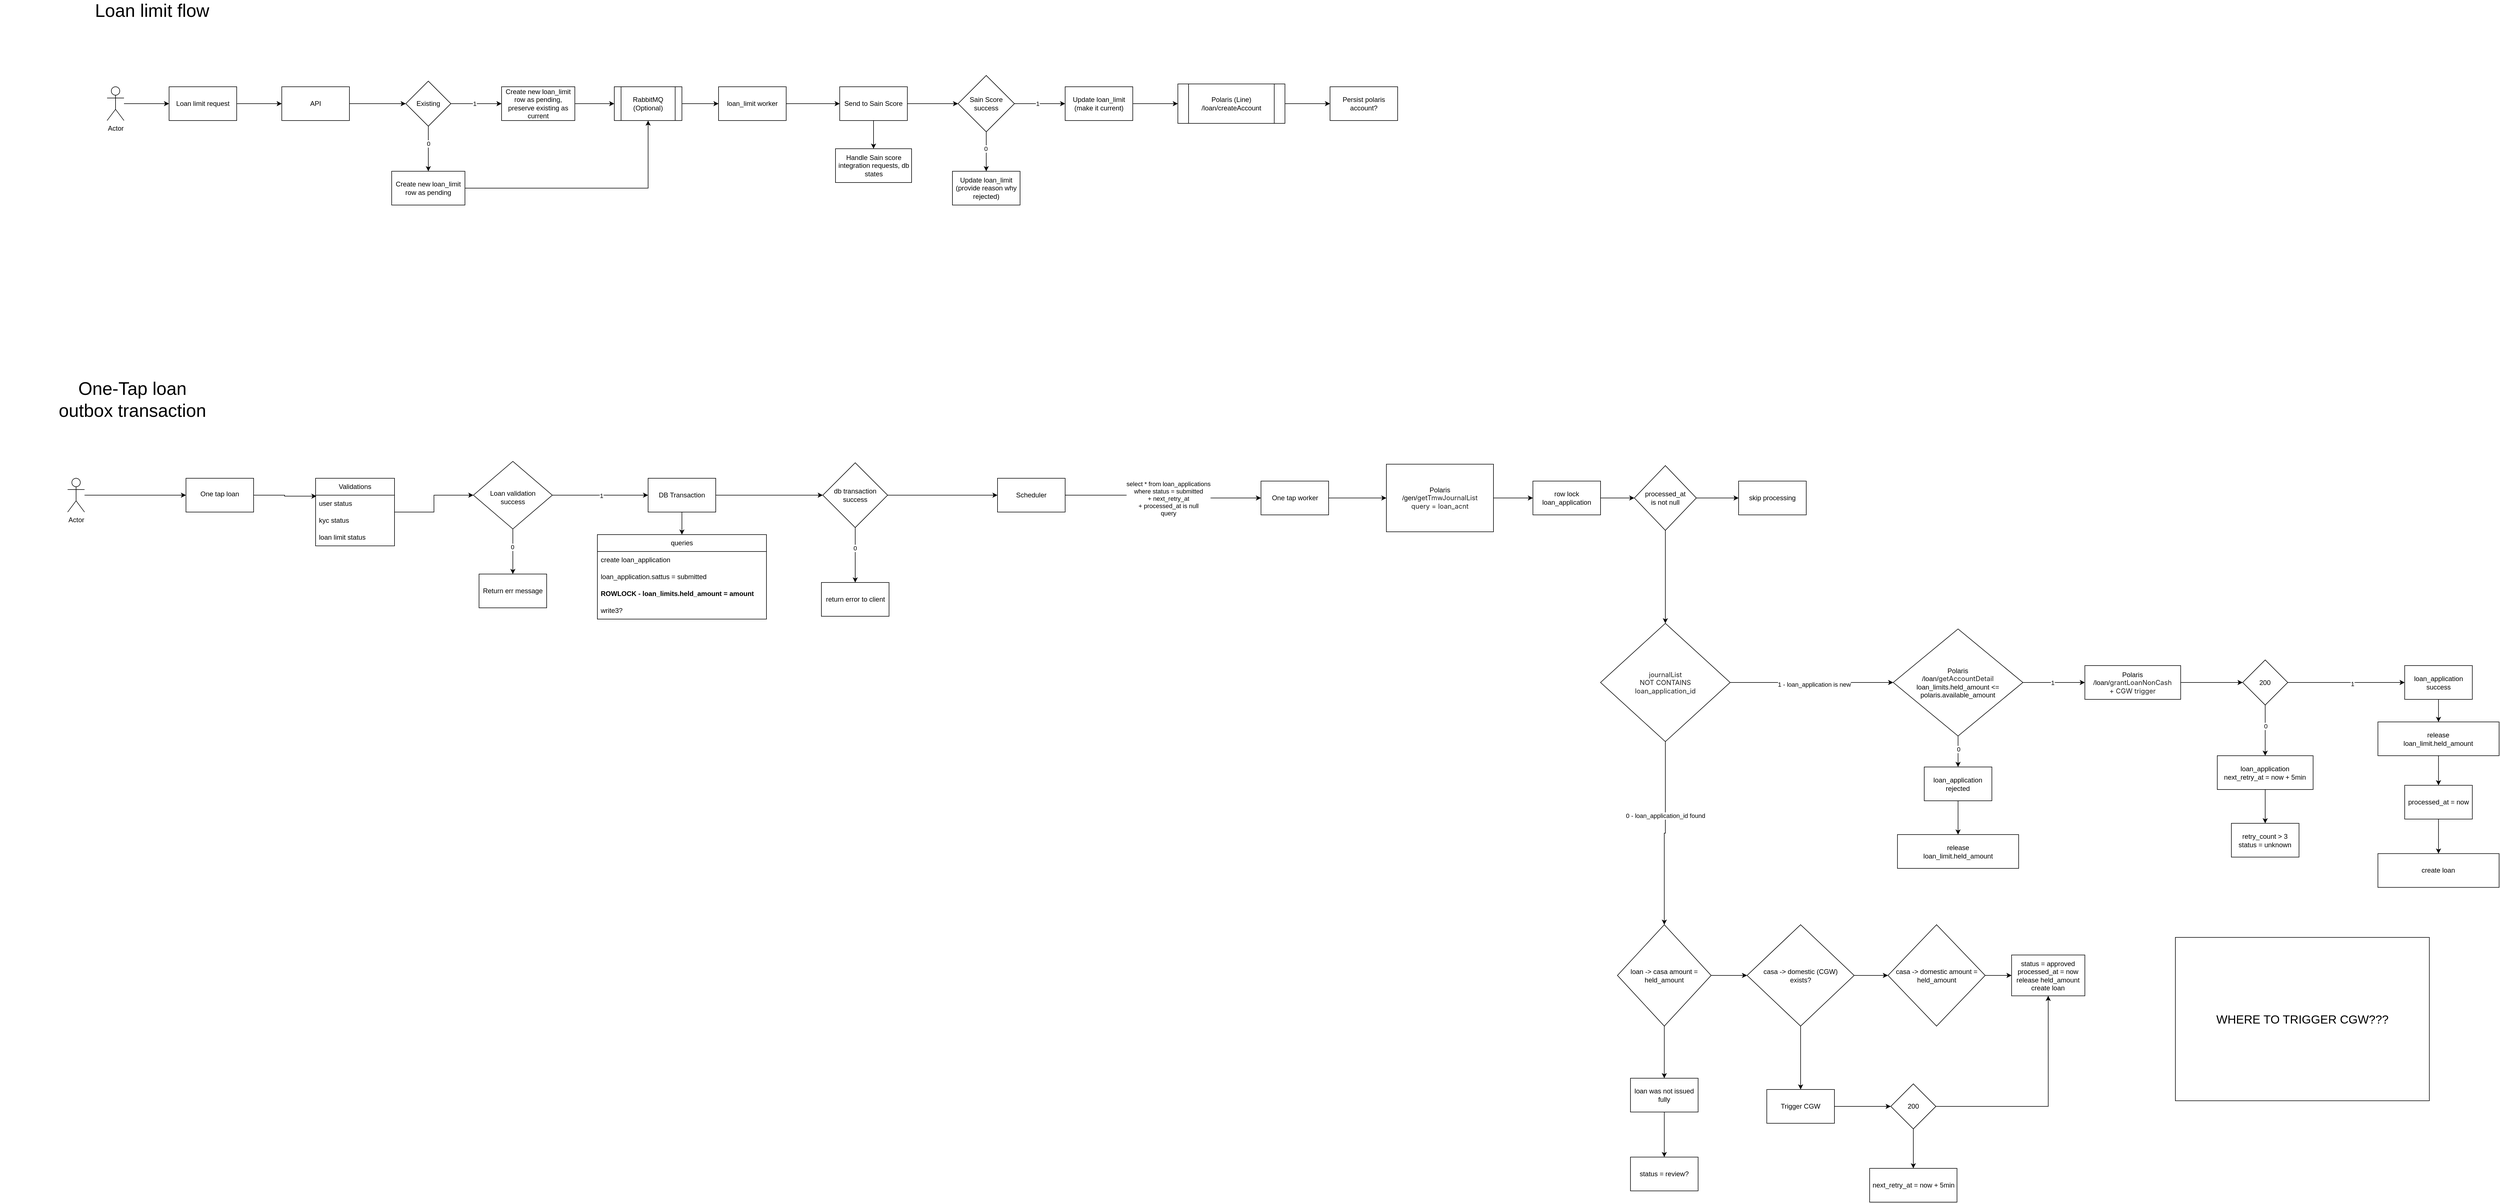
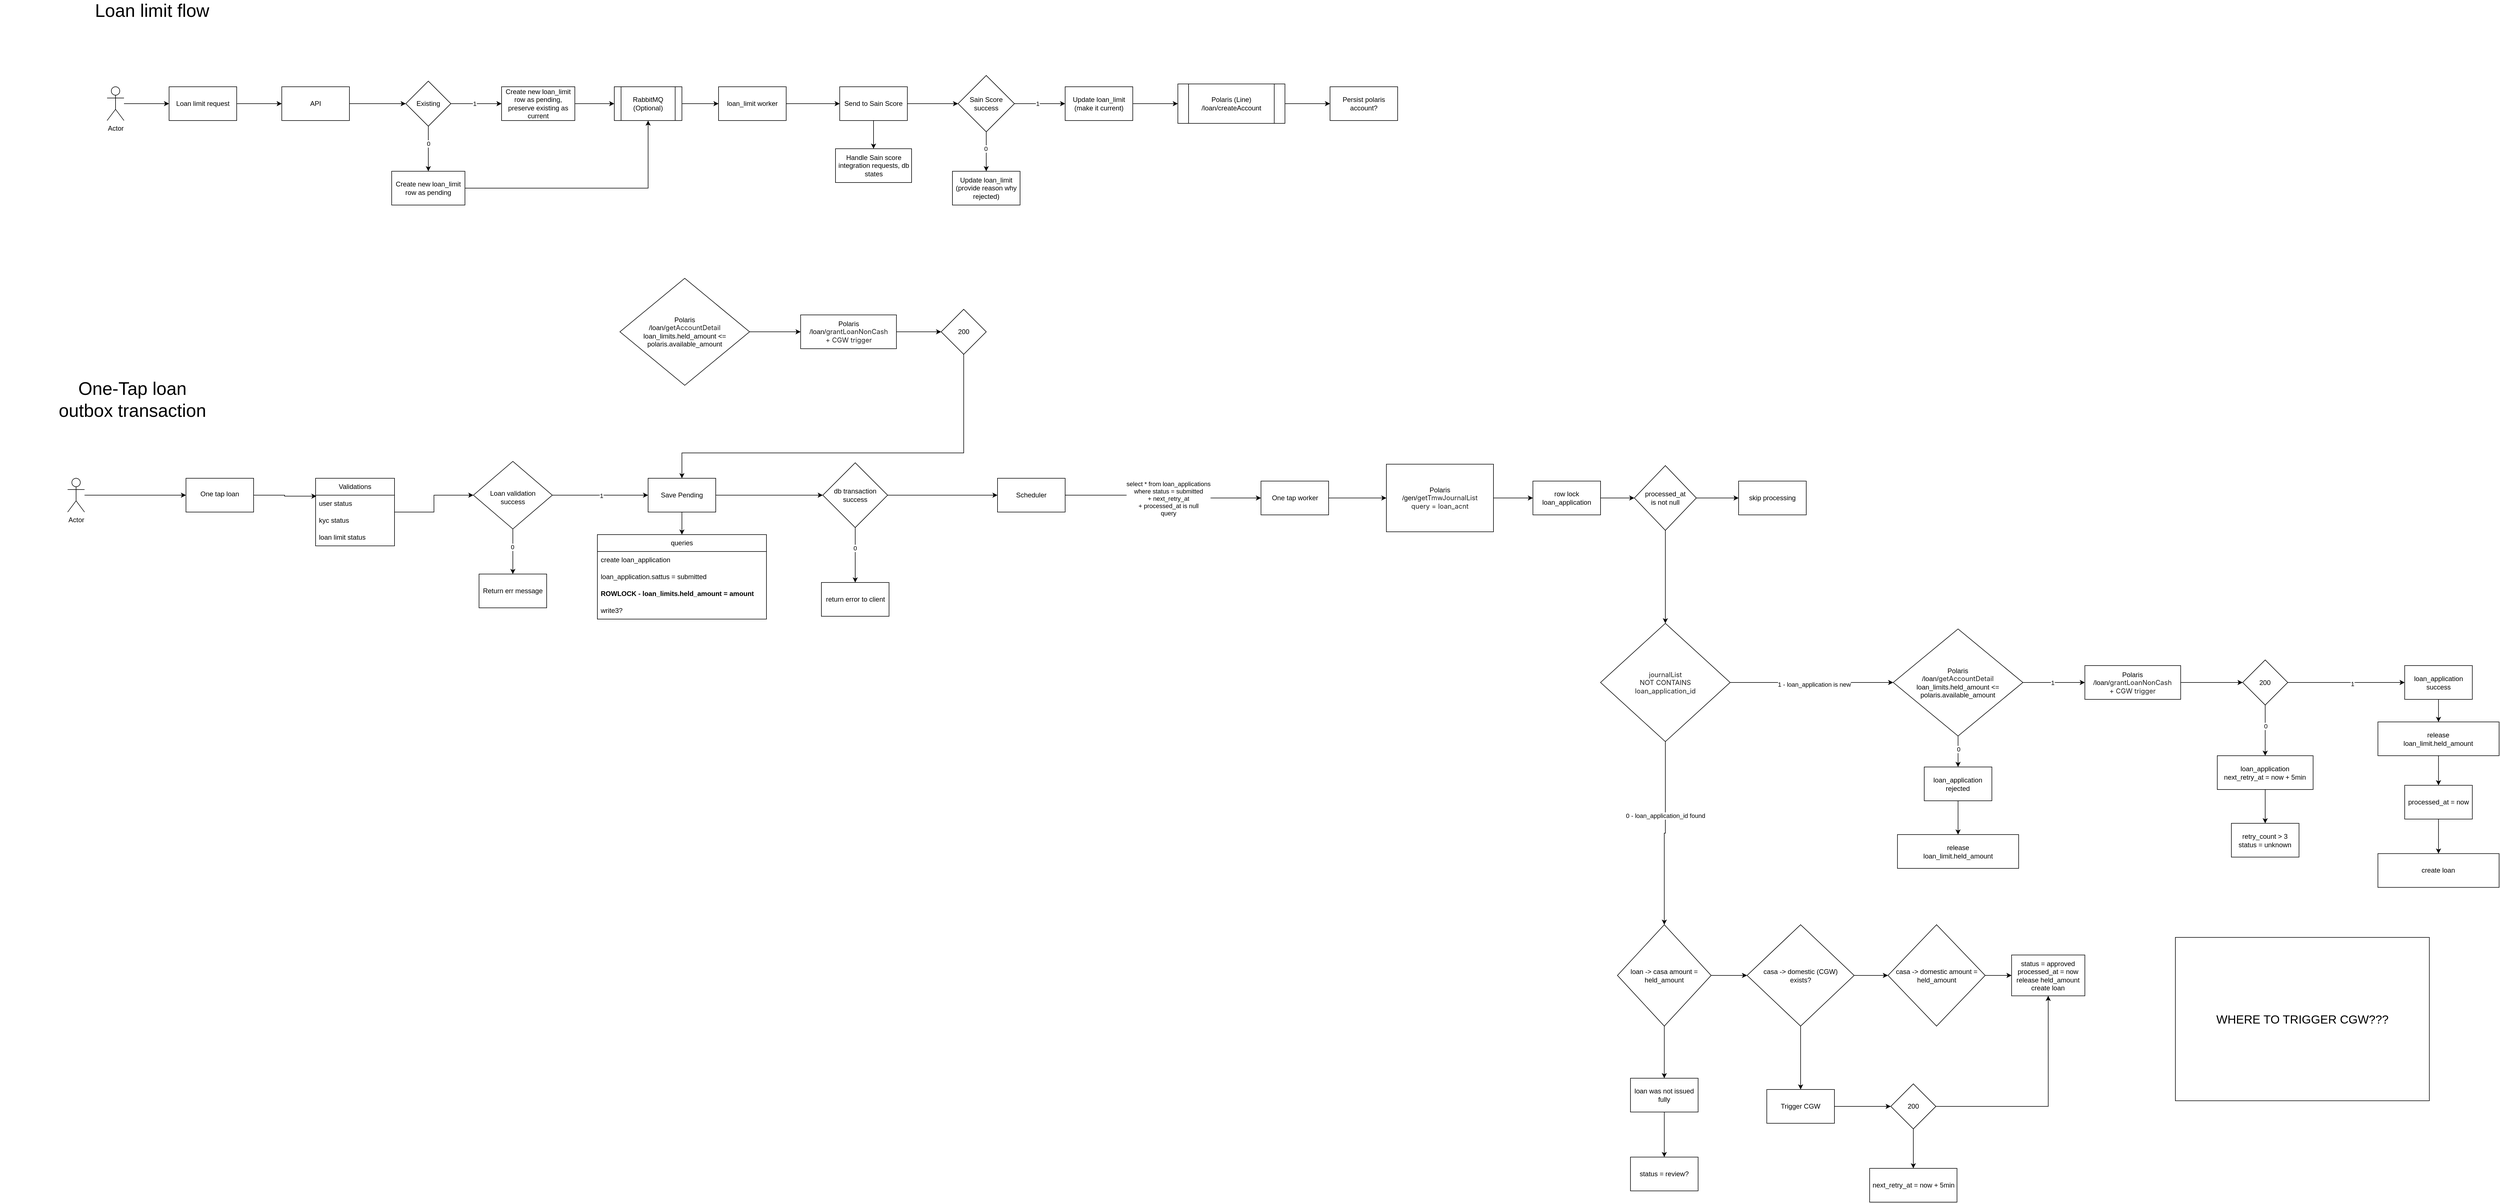
<mxfile host="app.diagrams.net">
  <diagram name="Page-1" id="VCBSuIh8bz7kurrQ0Zaz">
-     <mxGraphModel dx="2125" dy="746" grid="1" gridSize="10" guides="1" tooltips="1" connect="1" arrows="1" fold="1" page="1" pageScale="1" pageWidth="850" pageHeight="1100" math="0" shadow="0">
+     <mxGraphModel dx="2763" dy="1119" grid="1" gridSize="10" guides="1" tooltips="1" connect="1" arrows="1" fold="1" page="1" pageScale="1" pageWidth="850" pageHeight="1100" math="0" shadow="0">
      <root>
        <mxCell id="0" />
        <mxCell id="1" parent="0" />
        <mxCell id="KqixbsF9o6dLofBvsG9t-5" edge="1" parent="1" source="KqixbsF9o6dLofBvsG9t-1" style="edgeStyle=orthogonalEdgeStyle;rounded=0;orthogonalLoop=1;jettySize=auto;html=1;" target="KqixbsF9o6dLofBvsG9t-4" value="">
          <mxGeometry relative="1" as="geometry" />
        </mxCell>
        <mxCell id="KqixbsF9o6dLofBvsG9t-1" parent="1" style="rounded=0;whiteSpace=wrap;html=1;" value="Loan limit request" vertex="1">
          <mxGeometry height="60" width="120" x="150" y="210" as="geometry" />
        </mxCell>
        <mxCell id="KqixbsF9o6dLofBvsG9t-3" edge="1" parent="1" source="KqixbsF9o6dLofBvsG9t-2" style="edgeStyle=orthogonalEdgeStyle;rounded=0;orthogonalLoop=1;jettySize=auto;html=1;" target="KqixbsF9o6dLofBvsG9t-1" value="">
          <mxGeometry relative="1" as="geometry" />
        </mxCell>
        <mxCell id="KqixbsF9o6dLofBvsG9t-2" parent="1" style="shape=umlActor;verticalLabelPosition=bottom;verticalAlign=top;html=1;outlineConnect=0;" value="Actor" vertex="1">
          <mxGeometry height="60" width="30" x="40" y="210" as="geometry" />
        </mxCell>
        <mxCell id="KqixbsF9o6dLofBvsG9t-9" edge="1" parent="1" source="KqixbsF9o6dLofBvsG9t-4" style="edgeStyle=orthogonalEdgeStyle;rounded=0;orthogonalLoop=1;jettySize=auto;html=1;" target="KqixbsF9o6dLofBvsG9t-8" value="">
          <mxGeometry relative="1" as="geometry" />
        </mxCell>
        <mxCell id="KqixbsF9o6dLofBvsG9t-4" parent="1" style="rounded=0;whiteSpace=wrap;html=1;" value="API" vertex="1">
          <mxGeometry height="60" width="120" x="350" y="210" as="geometry" />
        </mxCell>
        <mxCell id="KqixbsF9o6dLofBvsG9t-11" edge="1" parent="1" source="KqixbsF9o6dLofBvsG9t-8" style="edgeStyle=orthogonalEdgeStyle;rounded=0;orthogonalLoop=1;jettySize=auto;html=1;" target="KqixbsF9o6dLofBvsG9t-10" value="">
          <mxGeometry relative="1" as="geometry" />
        </mxCell>
        <mxCell id="KqixbsF9o6dLofBvsG9t-12" connectable="0" parent="KqixbsF9o6dLofBvsG9t-11" style="edgeLabel;html=1;align=center;verticalAlign=middle;resizable=0;points=[];" value="1" vertex="1">
          <mxGeometry relative="1" x="-0.079" as="geometry">
            <mxPoint as="offset" />
          </mxGeometry>
        </mxCell>
        <mxCell id="KqixbsF9o6dLofBvsG9t-14" edge="1" parent="1" source="KqixbsF9o6dLofBvsG9t-8" style="edgeStyle=orthogonalEdgeStyle;rounded=0;orthogonalLoop=1;jettySize=auto;html=1;" target="KqixbsF9o6dLofBvsG9t-13" value="">
          <mxGeometry relative="1" as="geometry" />
        </mxCell>
        <mxCell id="KqixbsF9o6dLofBvsG9t-15" connectable="0" parent="KqixbsF9o6dLofBvsG9t-14" style="edgeLabel;html=1;align=center;verticalAlign=middle;resizable=0;points=[];" value="0" vertex="1">
          <mxGeometry relative="1" x="-0.2407" as="geometry">
            <mxPoint as="offset" />
          </mxGeometry>
        </mxCell>
        <mxCell id="KqixbsF9o6dLofBvsG9t-8" parent="1" style="rhombus;whiteSpace=wrap;html=1;rounded=0;" value="Existing" vertex="1">
          <mxGeometry height="80" width="80" x="570" y="200" as="geometry" />
        </mxCell>
        <mxCell id="KqixbsF9o6dLofBvsG9t-23" edge="1" parent="1" source="KqixbsF9o6dLofBvsG9t-10" style="edgeStyle=orthogonalEdgeStyle;rounded=0;orthogonalLoop=1;jettySize=auto;html=1;" target="KqixbsF9o6dLofBvsG9t-22" value="">
          <mxGeometry relative="1" as="geometry" />
        </mxCell>
        <mxCell id="KqixbsF9o6dLofBvsG9t-10" parent="1" style="whiteSpace=wrap;html=1;rounded=0;" value="Create new loan_limit row as pending, preserve existing as current" vertex="1">
          <mxGeometry height="60" width="130" x="740" y="210" as="geometry" />
        </mxCell>
        <mxCell id="KqixbsF9o6dLofBvsG9t-26" edge="1" parent="1" source="KqixbsF9o6dLofBvsG9t-13" style="edgeStyle=orthogonalEdgeStyle;rounded=0;orthogonalLoop=1;jettySize=auto;html=1;entryX=0.5;entryY=1;entryDx=0;entryDy=0;" target="KqixbsF9o6dLofBvsG9t-22">
          <mxGeometry relative="1" as="geometry" />
        </mxCell>
        <mxCell id="KqixbsF9o6dLofBvsG9t-13" parent="1" style="whiteSpace=wrap;html=1;rounded=0;" value="Create new loan_limit row as pending" vertex="1">
          <mxGeometry height="60" width="130" x="545" y="360" as="geometry" />
        </mxCell>
        <mxCell id="KqixbsF9o6dLofBvsG9t-25" edge="1" parent="1" source="KqixbsF9o6dLofBvsG9t-22" style="edgeStyle=orthogonalEdgeStyle;rounded=0;orthogonalLoop=1;jettySize=auto;html=1;" target="KqixbsF9o6dLofBvsG9t-24" value="">
          <mxGeometry relative="1" as="geometry" />
        </mxCell>
        <mxCell id="KqixbsF9o6dLofBvsG9t-22" parent="1" style="shape=process;whiteSpace=wrap;html=1;backgroundOutline=1;rounded=0;" value="RabbitMQ (Optional)" vertex="1">
          <mxGeometry height="60" width="120" x="940" y="210" as="geometry" />
        </mxCell>
        <mxCell id="KqixbsF9o6dLofBvsG9t-28" edge="1" parent="1" source="KqixbsF9o6dLofBvsG9t-24" style="edgeStyle=orthogonalEdgeStyle;rounded=0;orthogonalLoop=1;jettySize=auto;html=1;" target="KqixbsF9o6dLofBvsG9t-27" value="">
          <mxGeometry relative="1" as="geometry" />
        </mxCell>
        <mxCell id="KqixbsF9o6dLofBvsG9t-24" parent="1" style="whiteSpace=wrap;html=1;rounded=0;" value="loan_limit worker" vertex="1">
          <mxGeometry height="60" width="120" x="1125" y="210" as="geometry" />
        </mxCell>
        <mxCell id="KqixbsF9o6dLofBvsG9t-30" edge="1" parent="1" source="KqixbsF9o6dLofBvsG9t-27" style="edgeStyle=orthogonalEdgeStyle;rounded=0;orthogonalLoop=1;jettySize=auto;html=1;" target="KqixbsF9o6dLofBvsG9t-29" value="">
          <mxGeometry relative="1" as="geometry" />
        </mxCell>
        <mxCell id="KqixbsF9o6dLofBvsG9t-38" edge="1" parent="1" source="KqixbsF9o6dLofBvsG9t-27" style="edgeStyle=orthogonalEdgeStyle;rounded=0;orthogonalLoop=1;jettySize=auto;html=1;" target="KqixbsF9o6dLofBvsG9t-37" value="">
          <mxGeometry relative="1" as="geometry" />
        </mxCell>
        <mxCell id="KqixbsF9o6dLofBvsG9t-27" parent="1" style="whiteSpace=wrap;html=1;rounded=0;" value="Send to Sain Score" vertex="1">
          <mxGeometry height="60" width="120" x="1340" y="210" as="geometry" />
        </mxCell>
        <mxCell id="KqixbsF9o6dLofBvsG9t-32" edge="1" parent="1" source="KqixbsF9o6dLofBvsG9t-29" style="edgeStyle=orthogonalEdgeStyle;rounded=0;orthogonalLoop=1;jettySize=auto;html=1;" target="KqixbsF9o6dLofBvsG9t-31" value="">
          <mxGeometry relative="1" as="geometry" />
        </mxCell>
        <mxCell id="KqixbsF9o6dLofBvsG9t-33" connectable="0" parent="KqixbsF9o6dLofBvsG9t-32" style="edgeLabel;html=1;align=center;verticalAlign=middle;resizable=0;points=[];" value="1" vertex="1">
          <mxGeometry relative="1" x="-0.1048" as="geometry">
            <mxPoint as="offset" />
          </mxGeometry>
        </mxCell>
        <mxCell id="KqixbsF9o6dLofBvsG9t-35" edge="1" parent="1" source="KqixbsF9o6dLofBvsG9t-29" style="edgeStyle=orthogonalEdgeStyle;rounded=0;orthogonalLoop=1;jettySize=auto;html=1;" target="KqixbsF9o6dLofBvsG9t-34" value="">
          <mxGeometry relative="1" as="geometry" />
        </mxCell>
        <mxCell id="KqixbsF9o6dLofBvsG9t-36" connectable="0" parent="KqixbsF9o6dLofBvsG9t-35" style="edgeLabel;html=1;align=center;verticalAlign=middle;resizable=0;points=[];" value="0" vertex="1">
          <mxGeometry relative="1" x="-0.1429" y="-1" as="geometry">
            <mxPoint as="offset" />
          </mxGeometry>
        </mxCell>
        <mxCell id="KqixbsF9o6dLofBvsG9t-29" parent="1" style="rhombus;whiteSpace=wrap;html=1;rounded=0;" value="Sain Score success" vertex="1">
          <mxGeometry height="100" width="100" x="1550" y="190" as="geometry" />
        </mxCell>
        <mxCell id="KqixbsF9o6dLofBvsG9t-66" edge="1" parent="1" source="KqixbsF9o6dLofBvsG9t-31" style="edgeStyle=orthogonalEdgeStyle;rounded=0;orthogonalLoop=1;jettySize=auto;html=1;" target="KqixbsF9o6dLofBvsG9t-65" value="">
          <mxGeometry relative="1" as="geometry" />
        </mxCell>
        <mxCell id="KqixbsF9o6dLofBvsG9t-31" parent="1" style="whiteSpace=wrap;html=1;rounded=0;" value="Update loan_limit (make it current)" vertex="1">
          <mxGeometry height="60" width="120" x="1740" y="210" as="geometry" />
        </mxCell>
        <mxCell id="KqixbsF9o6dLofBvsG9t-34" parent="1" style="whiteSpace=wrap;html=1;rounded=0;" value="Update loan_limit&lt;br&gt;(provide reason why rejected)" vertex="1">
          <mxGeometry height="60" width="120" x="1540" y="360" as="geometry" />
        </mxCell>
        <mxCell id="KqixbsF9o6dLofBvsG9t-37" parent="1" style="whiteSpace=wrap;html=1;rounded=0;" value="Handle Sain score integration requests, db states" vertex="1">
          <mxGeometry height="60" width="135" x="1332.5" y="320" as="geometry" />
        </mxCell>
        <mxCell id="KqixbsF9o6dLofBvsG9t-40" parent="1" style="text;html=1;whiteSpace=wrap;strokeColor=none;fillColor=none;align=center;verticalAlign=middle;rounded=0;fontSize=32;" value="Loan limit flow" vertex="1">
          <mxGeometry height="30" width="260" x="-10" y="60" as="geometry" />
        </mxCell>
        <mxCell id="KqixbsF9o6dLofBvsG9t-74" edge="1" parent="1" source="KqixbsF9o6dLofBvsG9t-65" style="edgeStyle=orthogonalEdgeStyle;rounded=0;orthogonalLoop=1;jettySize=auto;html=1;" target="KqixbsF9o6dLofBvsG9t-73" value="">
          <mxGeometry relative="1" as="geometry" />
        </mxCell>
        <mxCell id="KqixbsF9o6dLofBvsG9t-65" parent="1" style="shape=process;whiteSpace=wrap;html=1;backgroundOutline=1;rounded=0;" value="Polaris (Line)&lt;br&gt;/loan/createAccount" vertex="1">
          <mxGeometry height="70" width="190" x="1940" y="205" as="geometry" />
        </mxCell>
        <mxCell id="KqixbsF9o6dLofBvsG9t-73" parent="1" style="whiteSpace=wrap;html=1;rounded=0;" value="Persist polaris account?" vertex="1">
          <mxGeometry height="60" width="120" x="2210" y="210" as="geometry" />
        </mxCell>
        <mxCell id="U8Ajh8Gpa-m2DNKNFQys-1" parent="1" style="text;html=1;whiteSpace=wrap;strokeColor=none;fillColor=none;align=center;verticalAlign=middle;rounded=0;fontSize=32;" value="One-Tap loan&lt;br&gt;outbox transaction" vertex="1">
          <mxGeometry height="30" width="470" x="-150" y="750" as="geometry" />
        </mxCell>
        <mxCell id="In8fDh9ZLN2M87an2Miy-1" edge="1" parent="1" source="In8fDh9ZLN2M87an2Miy-2" style="edgeStyle=orthogonalEdgeStyle;rounded=0;orthogonalLoop=1;jettySize=auto;html=1;" target="In8fDh9ZLN2M87an2Miy-4" value="">
          <mxGeometry relative="1" as="geometry" />
        </mxCell>
        <mxCell id="In8fDh9ZLN2M87an2Miy-2" parent="1" style="shape=umlActor;verticalLabelPosition=bottom;verticalAlign=top;html=1;outlineConnect=0;" value="Actor" vertex="1">
          <mxGeometry height="60" width="30" x="-30" y="905" as="geometry" />
        </mxCell>
        <mxCell id="In8fDh9ZLN2M87an2Miy-3" edge="1" parent="1" source="In8fDh9ZLN2M87an2Miy-4" style="edgeStyle=orthogonalEdgeStyle;rounded=0;orthogonalLoop=1;jettySize=auto;html=1;entryX=0.011;entryY=0.06;entryDx=0;entryDy=0;entryPerimeter=0;" target="In8fDh9ZLN2M87an2Miy-28" value="">
          <mxGeometry relative="1" as="geometry">
            <mxPoint x="390" y="935" as="targetPoint" />
          </mxGeometry>
        </mxCell>
        <mxCell id="In8fDh9ZLN2M87an2Miy-4" parent="1" style="whiteSpace=wrap;html=1;verticalAlign=top;" value="&lt;div&gt;&lt;br&gt;&lt;/div&gt;&lt;div&gt;One tap loan&lt;/div&gt;" vertex="1">
          <mxGeometry height="60" width="120" x="180" y="905" as="geometry" />
        </mxCell>
        <mxCell id="In8fDh9ZLN2M87an2Miy-5" edge="1" parent="1" source="In8fDh9ZLN2M87an2Miy-9" style="edgeStyle=orthogonalEdgeStyle;rounded=0;orthogonalLoop=1;jettySize=auto;html=1;" target="In8fDh9ZLN2M87an2Miy-12" value="">
          <mxGeometry relative="1" as="geometry" />
        </mxCell>
        <mxCell id="In8fDh9ZLN2M87an2Miy-6" connectable="0" parent="In8fDh9ZLN2M87an2Miy-5" style="edgeLabel;html=1;align=center;verticalAlign=middle;resizable=0;points=[];" value="1" vertex="1">
          <mxGeometry relative="1" x="0.0162" y="-1" as="geometry">
            <mxPoint as="offset" />
          </mxGeometry>
        </mxCell>
        <mxCell id="In8fDh9ZLN2M87an2Miy-7" edge="1" parent="1" source="In8fDh9ZLN2M87an2Miy-9" style="edgeStyle=orthogonalEdgeStyle;rounded=0;orthogonalLoop=1;jettySize=auto;html=1;" target="In8fDh9ZLN2M87an2Miy-13" value="">
          <mxGeometry relative="1" as="geometry" />
        </mxCell>
        <mxCell id="In8fDh9ZLN2M87an2Miy-8" connectable="0" parent="In8fDh9ZLN2M87an2Miy-7" style="edgeLabel;html=1;align=center;verticalAlign=middle;resizable=0;points=[];" value="0" vertex="1">
          <mxGeometry relative="1" x="-0.2091" y="-1" as="geometry">
            <mxPoint as="offset" />
          </mxGeometry>
        </mxCell>
        <mxCell id="In8fDh9ZLN2M87an2Miy-9" parent="1" style="rhombus;whiteSpace=wrap;html=1;verticalAlign=top;" value="&lt;br&gt;&lt;br&gt;&lt;div&gt;&lt;br&gt;&lt;/div&gt;&lt;div&gt;Loan validation&lt;br&gt;success&lt;/div&gt;" vertex="1">
          <mxGeometry height="120" width="140" x="690" y="875" as="geometry" />
        </mxCell>
        <mxCell id="In8fDh9ZLN2M87an2Miy-10" edge="1" parent="1" source="In8fDh9ZLN2M87an2Miy-12" style="edgeStyle=orthogonalEdgeStyle;rounded=0;orthogonalLoop=1;jettySize=auto;html=1;entryX=0.5;entryY=0;entryDx=0;entryDy=0;" target="In8fDh9ZLN2M87an2Miy-14">
          <mxGeometry relative="1" as="geometry" />
        </mxCell>
        <mxCell id="In8fDh9ZLN2M87an2Miy-54" edge="1" parent="1" source="In8fDh9ZLN2M87an2Miy-105" style="edgeStyle=orthogonalEdgeStyle;rounded=0;orthogonalLoop=1;jettySize=auto;html=1;exitX=1;exitY=0.5;exitDx=0;exitDy=0;" target="In8fDh9ZLN2M87an2Miy-53" value="">
          <mxGeometry relative="1" as="geometry">
            <mxPoint x="1830" y="940" as="sourcePoint" />
          </mxGeometry>
        </mxCell>
        <mxCell id="In8fDh9ZLN2M87an2Miy-55" connectable="0" parent="In8fDh9ZLN2M87an2Miy-54" style="edgeLabel;html=1;align=center;verticalAlign=middle;resizable=0;points=[];" value="select * from loan_applications&lt;br&gt;where status = submitted&lt;br&gt;+ next_retry_at&lt;br&gt;+ processed_at is null&lt;br&gt;query" vertex="1">
          <mxGeometry relative="1" x="0.0637" y="-1" as="geometry">
            <mxPoint as="offset" />
          </mxGeometry>
        </mxCell>
        <mxCell id="In8fDh9ZLN2M87an2Miy-99" edge="1" parent="1" source="In8fDh9ZLN2M87an2Miy-12" style="edgeStyle=orthogonalEdgeStyle;rounded=0;orthogonalLoop=1;jettySize=auto;html=1;" target="In8fDh9ZLN2M87an2Miy-98" value="">
          <mxGeometry relative="1" as="geometry" />
        </mxCell>
-         <mxCell id="In8fDh9ZLN2M87an2Miy-12" parent="1" style="whiteSpace=wrap;html=1;verticalAlign=middle;" value="DB Transaction" vertex="1">
+         <mxCell id="In8fDh9ZLN2M87an2Miy-12" parent="1" style="whiteSpace=wrap;html=1;verticalAlign=middle;" value="Save Pending" vertex="1">
          <mxGeometry height="60" width="120" x="1000" y="905" as="geometry" />
        </mxCell>
        <mxCell id="In8fDh9ZLN2M87an2Miy-13" parent="1" style="whiteSpace=wrap;html=1;verticalAlign=middle;" value="Return err message" vertex="1">
          <mxGeometry height="60" width="120" x="700" y="1075" as="geometry" />
        </mxCell>
        <mxCell id="In8fDh9ZLN2M87an2Miy-14" parent="1" style="swimlane;fontStyle=0;childLayout=stackLayout;horizontal=1;startSize=30;horizontalStack=0;resizeParent=1;resizeParentMax=0;resizeLast=0;collapsible=1;marginBottom=0;whiteSpace=wrap;html=1;" value="queries" vertex="1">
          <mxGeometry height="150" width="300" x="910" y="1005" as="geometry" />
        </mxCell>
        <mxCell id="In8fDh9ZLN2M87an2Miy-15" parent="In8fDh9ZLN2M87an2Miy-14" style="text;strokeColor=none;fillColor=none;align=left;verticalAlign=middle;spacingLeft=4;spacingRight=4;overflow=hidden;points=[[0,0.5],[1,0.5]];portConstraint=eastwest;rotatable=0;whiteSpace=wrap;html=1;" value="create loan_application" vertex="1">
          <mxGeometry height="30" width="300" y="30" as="geometry" />
        </mxCell>
        <mxCell id="In8fDh9ZLN2M87an2Miy-104" parent="In8fDh9ZLN2M87an2Miy-14" style="text;strokeColor=none;fillColor=none;align=left;verticalAlign=middle;spacingLeft=4;spacingRight=4;overflow=hidden;points=[[0,0.5],[1,0.5]];portConstraint=eastwest;rotatable=0;whiteSpace=wrap;html=1;" value="loan_application.sattus = submitted" vertex="1">
          <mxGeometry height="30" width="300" y="60" as="geometry" />
        </mxCell>
        <mxCell id="In8fDh9ZLN2M87an2Miy-16" parent="In8fDh9ZLN2M87an2Miy-14" style="text;strokeColor=none;fillColor=none;align=left;verticalAlign=middle;spacingLeft=4;spacingRight=4;overflow=hidden;points=[[0,0.5],[1,0.5]];portConstraint=eastwest;rotatable=0;whiteSpace=wrap;html=1;fontStyle=1" value="ROWLOCK - loan_limits.held_amount = amount" vertex="1">
          <mxGeometry height="30" width="300" y="90" as="geometry" />
        </mxCell>
        <mxCell id="In8fDh9ZLN2M87an2Miy-17" parent="In8fDh9ZLN2M87an2Miy-14" style="text;strokeColor=none;fillColor=none;align=left;verticalAlign=middle;spacingLeft=4;spacingRight=4;overflow=hidden;points=[[0,0.5],[1,0.5]];portConstraint=eastwest;rotatable=0;whiteSpace=wrap;html=1;" value="write3?" vertex="1">
          <mxGeometry height="30" width="300" y="120" as="geometry" />
        </mxCell>
        <mxCell id="In8fDh9ZLN2M87an2Miy-32" edge="1" parent="1" source="In8fDh9ZLN2M87an2Miy-27" style="edgeStyle=orthogonalEdgeStyle;rounded=0;orthogonalLoop=1;jettySize=auto;html=1;entryX=0;entryY=0.5;entryDx=0;entryDy=0;" target="In8fDh9ZLN2M87an2Miy-9">
          <mxGeometry relative="1" as="geometry" />
        </mxCell>
        <mxCell id="In8fDh9ZLN2M87an2Miy-27" parent="1" style="swimlane;fontStyle=0;childLayout=stackLayout;horizontal=1;startSize=30;horizontalStack=0;resizeParent=1;resizeParentMax=0;resizeLast=0;collapsible=1;marginBottom=0;whiteSpace=wrap;html=1;" value="Validations" vertex="1">
          <mxGeometry height="120" width="140" x="410" y="905" as="geometry" />
        </mxCell>
        <mxCell id="In8fDh9ZLN2M87an2Miy-28" parent="In8fDh9ZLN2M87an2Miy-27" style="text;strokeColor=none;fillColor=none;align=left;verticalAlign=middle;spacingLeft=4;spacingRight=4;overflow=hidden;points=[[0,0.5],[1,0.5]];portConstraint=eastwest;rotatable=0;whiteSpace=wrap;html=1;" value="user status" vertex="1">
          <mxGeometry height="30" width="140" y="30" as="geometry" />
        </mxCell>
        <mxCell id="In8fDh9ZLN2M87an2Miy-29" parent="In8fDh9ZLN2M87an2Miy-27" style="text;strokeColor=none;fillColor=none;align=left;verticalAlign=middle;spacingLeft=4;spacingRight=4;overflow=hidden;points=[[0,0.5],[1,0.5]];portConstraint=eastwest;rotatable=0;whiteSpace=wrap;html=1;" value="kyc status" vertex="1">
          <mxGeometry height="30" width="140" y="60" as="geometry" />
        </mxCell>
        <mxCell id="In8fDh9ZLN2M87an2Miy-33" parent="In8fDh9ZLN2M87an2Miy-27" style="text;strokeColor=none;fillColor=none;align=left;verticalAlign=middle;spacingLeft=4;spacingRight=4;overflow=hidden;points=[[0,0.5],[1,0.5]];portConstraint=eastwest;rotatable=0;whiteSpace=wrap;html=1;" value="loan limit status" vertex="1">
          <mxGeometry height="30" width="140" y="90" as="geometry" />
        </mxCell>
        <mxCell id="In8fDh9ZLN2M87an2Miy-116" edge="1" parent="1" source="In8fDh9ZLN2M87an2Miy-53" style="edgeStyle=orthogonalEdgeStyle;rounded=0;orthogonalLoop=1;jettySize=auto;html=1;entryX=0;entryY=0.5;entryDx=0;entryDy=0;" target="In8fDh9ZLN2M87an2Miy-68">
          <mxGeometry relative="1" as="geometry" />
        </mxCell>
        <mxCell id="In8fDh9ZLN2M87an2Miy-53" parent="1" style="whiteSpace=wrap;html=1;" value="One tap worker" vertex="1">
          <mxGeometry height="60" width="120" x="2087.5" y="910" as="geometry" />
        </mxCell>
        <mxCell id="In8fDh9ZLN2M87an2Miy-67" edge="1" parent="1" source="In8fDh9ZLN2M87an2Miy-58" style="edgeStyle=orthogonalEdgeStyle;rounded=0;orthogonalLoop=1;jettySize=auto;html=1;entryX=0;entryY=0.5;entryDx=0;entryDy=0;" target="In8fDh9ZLN2M87an2Miy-66" value="">
          <mxGeometry relative="1" as="geometry">
            <mxPoint x="3844.37" y="1267.5" as="targetPoint" />
          </mxGeometry>
        </mxCell>
        <mxCell id="In8fDh9ZLN2M87an2Miy-58" parent="1" style="whiteSpace=wrap;html=1;" value="Polaris /loan/&lt;span style=&quot;color: rgb(33, 33, 33); font-family: Inter, system-ui, -apple-system, &amp;quot;system-ui&amp;quot;, &amp;quot;Segoe UI&amp;quot;, Roboto, Oxygen, Ubuntu, Cantarell, &amp;quot;Fira Sans&amp;quot;, &amp;quot;Droid Sans&amp;quot;, Helvetica, Arial, sans-serif; text-align: left; white-space: pre-wrap; background-color: rgb(255, 255, 255);&quot;&gt;grantLoanNonCash&lt;br/&gt;+ CGW trigger&lt;/span&gt;" vertex="1">
          <mxGeometry height="60" width="170" x="3549.37" y="1237.5" as="geometry" />
        </mxCell>
        <mxCell id="In8fDh9ZLN2M87an2Miy-62" edge="1" parent="1" source="In8fDh9ZLN2M87an2Miy-59" style="edgeStyle=orthogonalEdgeStyle;rounded=0;orthogonalLoop=1;jettySize=auto;html=1;" target="In8fDh9ZLN2M87an2Miy-61" value="">
          <mxGeometry relative="1" as="geometry" />
        </mxCell>
        <mxCell id="In8fDh9ZLN2M87an2Miy-91" connectable="0" parent="In8fDh9ZLN2M87an2Miy-62" style="edgeLabel;html=1;align=center;verticalAlign=middle;resizable=0;points=[];" value="0" vertex="1">
          <mxGeometry relative="1" x="-0.1431" as="geometry">
            <mxPoint as="offset" />
          </mxGeometry>
        </mxCell>
        <mxCell id="In8fDh9ZLN2M87an2Miy-65" edge="1" parent="1" source="In8fDh9ZLN2M87an2Miy-59" style="edgeStyle=orthogonalEdgeStyle;rounded=0;orthogonalLoop=1;jettySize=auto;html=1;" target="In8fDh9ZLN2M87an2Miy-58">
          <mxGeometry relative="1" as="geometry" />
        </mxCell>
        <mxCell id="In8fDh9ZLN2M87an2Miy-90" connectable="0" parent="In8fDh9ZLN2M87an2Miy-65" style="edgeLabel;html=1;align=center;verticalAlign=middle;resizable=0;points=[];" value="1" vertex="1">
          <mxGeometry relative="1" x="-0.0451" as="geometry">
            <mxPoint as="offset" />
          </mxGeometry>
        </mxCell>
        <mxCell id="In8fDh9ZLN2M87an2Miy-59" parent="1" style="rhombus;whiteSpace=wrap;html=1;" value="Polaris&lt;br&gt;/loan/&lt;span style=&quot;color: rgb(33, 33, 33); font-family: Inter, system-ui, -apple-system, &amp;quot;system-ui&amp;quot;, &amp;quot;Segoe UI&amp;quot;, Roboto, Oxygen, Ubuntu, Cantarell, &amp;quot;Fira Sans&amp;quot;, &amp;quot;Droid Sans&amp;quot;, Helvetica, Arial, sans-serif; text-align: left; white-space: pre-wrap; background-color: rgb(255, 255, 255);&quot;&gt;getAccountDetail&lt;/span&gt;&lt;br&gt;loan_limits.held_amount &amp;lt;= polaris.available_amount" vertex="1">
          <mxGeometry height="190" width="230" x="3209.37" y="1172.5" as="geometry" />
        </mxCell>
        <mxCell id="In8fDh9ZLN2M87an2Miy-64" edge="1" parent="1" source="In8fDh9ZLN2M87an2Miy-61" style="edgeStyle=orthogonalEdgeStyle;rounded=0;orthogonalLoop=1;jettySize=auto;html=1;" target="In8fDh9ZLN2M87an2Miy-63" value="">
          <mxGeometry relative="1" as="geometry" />
        </mxCell>
        <mxCell id="In8fDh9ZLN2M87an2Miy-61" parent="1" style="whiteSpace=wrap;html=1;" value="loan_application&lt;br&gt;rejected" vertex="1">
          <mxGeometry height="60" width="120" x="3264.37" y="1417.5" as="geometry" />
        </mxCell>
        <mxCell id="In8fDh9ZLN2M87an2Miy-63" parent="1" style="whiteSpace=wrap;html=1;" value="release &lt;br&gt;loan_limit.held_amount" vertex="1">
          <mxGeometry height="60" width="215" x="3216.87" y="1537.5" as="geometry" />
        </mxCell>
        <mxCell id="In8fDh9ZLN2M87an2Miy-81" edge="1" parent="1" source="In8fDh9ZLN2M87an2Miy-66" style="edgeStyle=orthogonalEdgeStyle;rounded=0;orthogonalLoop=1;jettySize=auto;html=1;entryX=0;entryY=0.5;entryDx=0;entryDy=0;" target="In8fDh9ZLN2M87an2Miy-79">
          <mxGeometry relative="1" as="geometry" />
        </mxCell>
        <mxCell id="In8fDh9ZLN2M87an2Miy-92" connectable="0" parent="In8fDh9ZLN2M87an2Miy-81" style="edgeLabel;html=1;align=center;verticalAlign=middle;resizable=0;points=[];" value="1" vertex="1">
          <mxGeometry relative="1" x="0.1055" y="-2" as="geometry">
            <mxPoint as="offset" />
          </mxGeometry>
        </mxCell>
        <mxCell id="In8fDh9ZLN2M87an2Miy-83" edge="1" parent="1" source="In8fDh9ZLN2M87an2Miy-66" style="edgeStyle=orthogonalEdgeStyle;rounded=0;orthogonalLoop=1;jettySize=auto;html=1;" target="In8fDh9ZLN2M87an2Miy-82" value="">
          <mxGeometry relative="1" as="geometry" />
        </mxCell>
        <mxCell id="In8fDh9ZLN2M87an2Miy-93" connectable="0" parent="In8fDh9ZLN2M87an2Miy-83" style="edgeLabel;html=1;align=center;verticalAlign=middle;resizable=0;points=[];" value="0" vertex="1">
          <mxGeometry relative="1" x="-0.1623" as="geometry">
            <mxPoint as="offset" />
          </mxGeometry>
        </mxCell>
        <mxCell id="In8fDh9ZLN2M87an2Miy-66" parent="1" style="rhombus;whiteSpace=wrap;html=1;" value="200" vertex="1">
          <mxGeometry height="80" width="80" x="3829.37" y="1227.5" as="geometry" />
        </mxCell>
        <mxCell id="In8fDh9ZLN2M87an2Miy-119" edge="1" parent="1" source="In8fDh9ZLN2M87an2Miy-68" style="edgeStyle=orthogonalEdgeStyle;rounded=0;orthogonalLoop=1;jettySize=auto;html=1;" target="In8fDh9ZLN2M87an2Miy-118" value="">
          <mxGeometry relative="1" as="geometry" />
        </mxCell>
        <mxCell id="In8fDh9ZLN2M87an2Miy-68" parent="1" style="whiteSpace=wrap;html=1;" value="Polaris&lt;br&gt;/gen/&lt;span style=&quot;white-space: pre-wrap; color: rgb(33, 33, 33); font-family: Inter, system-ui, -apple-system, &amp;quot;system-ui&amp;quot;, &amp;quot;Segoe UI&amp;quot;, Roboto, Oxygen, Ubuntu, Cantarell, &amp;quot;Fira Sans&amp;quot;, &amp;quot;Droid Sans&amp;quot;, Helvetica, Arial, sans-serif; text-align: left; background-color: rgb(255, 255, 255);&quot;&gt;getTmwJournalList&lt;br&gt;query = loan_acnt&lt;/span&gt;" vertex="1">
          <mxGeometry height="120" width="190" x="2310" y="880" as="geometry" />
        </mxCell>
        <mxCell id="In8fDh9ZLN2M87an2Miy-71" edge="1" parent="1" source="In8fDh9ZLN2M87an2Miy-69" style="edgeStyle=orthogonalEdgeStyle;rounded=0;orthogonalLoop=1;jettySize=auto;html=1;entryX=0;entryY=0.5;entryDx=0;entryDy=0;" target="In8fDh9ZLN2M87an2Miy-59">
          <mxGeometry relative="1" as="geometry" />
        </mxCell>
        <mxCell id="In8fDh9ZLN2M87an2Miy-77" connectable="0" parent="In8fDh9ZLN2M87an2Miy-71" style="edgeLabel;html=1;align=center;verticalAlign=middle;resizable=0;points=[];" value="1 - loan_application is new" vertex="1">
          <mxGeometry relative="1" x="0.0312" y="-3" as="geometry">
            <mxPoint as="offset" />
          </mxGeometry>
        </mxCell>
        <mxCell id="In8fDh9ZLN2M87an2Miy-73" edge="1" parent="1" source="In8fDh9ZLN2M87an2Miy-69" style="edgeStyle=orthogonalEdgeStyle;rounded=0;orthogonalLoop=1;jettySize=auto;html=1;entryX=0.5;entryY=0;entryDx=0;entryDy=0;" target="In8fDh9ZLN2M87an2Miy-111" value="">
          <mxGeometry relative="1" as="geometry">
            <mxPoint x="2804.37" y="1467.5" as="targetPoint" />
          </mxGeometry>
        </mxCell>
        <mxCell id="In8fDh9ZLN2M87an2Miy-74" connectable="0" parent="In8fDh9ZLN2M87an2Miy-73" style="edgeLabel;html=1;align=center;verticalAlign=middle;resizable=0;points=[];" value="0 - loan_application_id found" vertex="1">
          <mxGeometry relative="1" x="-0.1975" as="geometry">
            <mxPoint as="offset" />
          </mxGeometry>
        </mxCell>
        <mxCell id="In8fDh9ZLN2M87an2Miy-69" parent="1" style="rhombus;whiteSpace=wrap;html=1;verticalAlign=middle;" value="&lt;div style=&quot;text-align: center;&quot;&gt;&lt;span style=&quot;background-color: light-dark(rgb(255, 255, 255), rgb(18, 18, 18)); color: light-dark(rgb(33, 33, 33), rgb(209, 209, 209)); font-family: Inter, system-ui, -apple-system, &amp;quot;system-ui&amp;quot;, &amp;quot;Segoe UI&amp;quot;, Roboto, Oxygen, Ubuntu, Cantarell, &amp;quot;Fira Sans&amp;quot;, &amp;quot;Droid Sans&amp;quot;, Helvetica, Arial, sans-serif; text-align: left; white-space: pre-wrap;&quot;&gt;journalList&lt;br&gt;NOT CONTAINS&lt;/span&gt;&lt;/div&gt;&lt;span style=&quot;white-space: pre-wrap; color: rgb(33, 33, 33); font-family: Inter, system-ui, -apple-system, &amp;quot;system-ui&amp;quot;, &amp;quot;Segoe UI&amp;quot;, Roboto, Oxygen, Ubuntu, Cantarell, &amp;quot;Fira Sans&amp;quot;, &amp;quot;Droid Sans&amp;quot;, Helvetica, Arial, sans-serif; text-align: left; background-color: rgb(255, 255, 255);&quot;&gt;loan_application_id&lt;/span&gt;" vertex="1">
          <mxGeometry height="210" width="230" x="2690" y="1162.5" as="geometry" />
        </mxCell>
        <mxCell id="In8fDh9ZLN2M87an2Miy-78" edge="1" parent="1" source="In8fDh9ZLN2M87an2Miy-79" style="edgeStyle=orthogonalEdgeStyle;rounded=0;orthogonalLoop=1;jettySize=auto;html=1;" target="In8fDh9ZLN2M87an2Miy-80" value="">
          <mxGeometry relative="1" as="geometry" />
        </mxCell>
        <mxCell id="In8fDh9ZLN2M87an2Miy-79" parent="1" style="whiteSpace=wrap;html=1;" value="loan_application&lt;br&gt;success" vertex="1">
          <mxGeometry height="60" width="120" x="4116.87" y="1237.5" as="geometry" />
        </mxCell>
        <mxCell id="In8fDh9ZLN2M87an2Miy-132" edge="1" parent="1" source="In8fDh9ZLN2M87an2Miy-80" style="edgeStyle=orthogonalEdgeStyle;rounded=0;orthogonalLoop=1;jettySize=auto;html=1;" target="In8fDh9ZLN2M87an2Miy-131" value="">
          <mxGeometry relative="1" as="geometry" />
        </mxCell>
        <mxCell id="In8fDh9ZLN2M87an2Miy-80" parent="1" style="whiteSpace=wrap;html=1;" value="release &lt;br&gt;loan_limit.held_amount" vertex="1">
          <mxGeometry height="60" width="215" x="4069.37" y="1337.5" as="geometry" />
        </mxCell>
        <mxCell id="In8fDh9ZLN2M87an2Miy-95" edge="1" parent="1" source="In8fDh9ZLN2M87an2Miy-82" style="edgeStyle=orthogonalEdgeStyle;rounded=0;orthogonalLoop=1;jettySize=auto;html=1;" target="In8fDh9ZLN2M87an2Miy-94" value="">
          <mxGeometry relative="1" as="geometry" />
        </mxCell>
        <mxCell id="In8fDh9ZLN2M87an2Miy-82" parent="1" style="whiteSpace=wrap;html=1;" value="loan_application&lt;br&gt;next_retry_at = now + 5min" vertex="1">
          <mxGeometry height="60" width="170" x="3784.37" y="1397.5" as="geometry" />
        </mxCell>
        <mxCell id="In8fDh9ZLN2M87an2Miy-88" parent="1" style="whiteSpace=wrap;html=1;" value="create loan" vertex="1">
          <mxGeometry height="60" width="215" x="4069.37" y="1571.25" as="geometry" />
        </mxCell>
        <mxCell id="In8fDh9ZLN2M87an2Miy-94" parent="1" style="whiteSpace=wrap;html=1;" value="retry_count &amp;gt; 3&lt;br&gt;status = unknown" vertex="1">
          <mxGeometry height="60" width="120" x="3809.37" y="1517.5" as="geometry" />
        </mxCell>
        <mxCell id="In8fDh9ZLN2M87an2Miy-101" edge="1" parent="1" source="In8fDh9ZLN2M87an2Miy-98" style="edgeStyle=orthogonalEdgeStyle;rounded=0;orthogonalLoop=1;jettySize=auto;html=1;" target="In8fDh9ZLN2M87an2Miy-100" value="">
          <mxGeometry relative="1" as="geometry" />
        </mxCell>
        <mxCell id="In8fDh9ZLN2M87an2Miy-103" connectable="0" parent="In8fDh9ZLN2M87an2Miy-101" style="edgeLabel;html=1;align=center;verticalAlign=middle;resizable=0;points=[];" value="0" vertex="1">
          <mxGeometry relative="1" x="-0.2536" y="-1" as="geometry">
            <mxPoint as="offset" />
          </mxGeometry>
        </mxCell>
        <mxCell id="In8fDh9ZLN2M87an2Miy-106" edge="1" parent="1" source="In8fDh9ZLN2M87an2Miy-98" style="edgeStyle=orthogonalEdgeStyle;rounded=0;orthogonalLoop=1;jettySize=auto;html=1;entryX=0;entryY=0.5;entryDx=0;entryDy=0;" target="In8fDh9ZLN2M87an2Miy-105">
          <mxGeometry relative="1" as="geometry" />
        </mxCell>
        <mxCell id="In8fDh9ZLN2M87an2Miy-98" parent="1" style="rhombus;whiteSpace=wrap;html=1;" value="db transaction success" vertex="1">
          <mxGeometry height="115" width="115" x="1310" y="877.5" as="geometry" />
        </mxCell>
        <mxCell id="In8fDh9ZLN2M87an2Miy-100" parent="1" style="whiteSpace=wrap;html=1;" value="return error to client" vertex="1">
          <mxGeometry height="60" width="120" x="1307.5" y="1090" as="geometry" />
        </mxCell>
        <mxCell id="In8fDh9ZLN2M87an2Miy-105" parent="1" style="rounded=0;whiteSpace=wrap;html=1;" value="Scheduler" vertex="1">
          <mxGeometry height="60" width="120" x="1620" y="905" as="geometry" />
        </mxCell>
        <mxCell id="In8fDh9ZLN2M87an2Miy-127" edge="1" parent="1" source="In8fDh9ZLN2M87an2Miy-111" style="edgeStyle=orthogonalEdgeStyle;rounded=0;orthogonalLoop=1;jettySize=auto;html=1;" target="In8fDh9ZLN2M87an2Miy-126" value="">
          <mxGeometry relative="1" as="geometry" />
        </mxCell>
        <mxCell id="In8fDh9ZLN2M87an2Miy-135" edge="1" parent="1" source="In8fDh9ZLN2M87an2Miy-111" style="edgeStyle=orthogonalEdgeStyle;rounded=0;orthogonalLoop=1;jettySize=auto;html=1;entryX=0;entryY=0.5;entryDx=0;entryDy=0;" target="In8fDh9ZLN2M87an2Miy-134">
          <mxGeometry relative="1" as="geometry" />
        </mxCell>
        <mxCell id="In8fDh9ZLN2M87an2Miy-111" parent="1" style="rhombus;whiteSpace=wrap;html=1;" value="loan -&amp;gt; casa amount = held_amount" vertex="1">
          <mxGeometry height="180" width="166.25" x="2720" y="1697.5" as="geometry" />
        </mxCell>
        <mxCell id="In8fDh9ZLN2M87an2Miy-113" parent="1" style="whiteSpace=wrap;html=1;" value="status = approved&lt;br&gt;processed_at = now&lt;br&gt;release held_amount&lt;br&gt;create loan" vertex="1">
          <mxGeometry height="72.5" width="130" x="3419.37" y="1751.25" as="geometry" />
        </mxCell>
        <mxCell id="In8fDh9ZLN2M87an2Miy-122" edge="1" parent="1" source="In8fDh9ZLN2M87an2Miy-118" style="edgeStyle=orthogonalEdgeStyle;rounded=0;orthogonalLoop=1;jettySize=auto;html=1;" target="In8fDh9ZLN2M87an2Miy-121" value="">
          <mxGeometry relative="1" as="geometry" />
        </mxCell>
        <mxCell id="In8fDh9ZLN2M87an2Miy-118" parent="1" style="whiteSpace=wrap;html=1;" value="row lock&lt;br&gt;loan_application" vertex="1">
          <mxGeometry height="60" width="120" x="2570" y="910" as="geometry" />
        </mxCell>
        <mxCell id="In8fDh9ZLN2M87an2Miy-124" edge="1" parent="1" source="In8fDh9ZLN2M87an2Miy-121" style="edgeStyle=orthogonalEdgeStyle;rounded=0;orthogonalLoop=1;jettySize=auto;html=1;" target="In8fDh9ZLN2M87an2Miy-123" value="">
          <mxGeometry relative="1" as="geometry" />
        </mxCell>
        <mxCell id="In8fDh9ZLN2M87an2Miy-125" edge="1" parent="1" source="In8fDh9ZLN2M87an2Miy-121" style="edgeStyle=orthogonalEdgeStyle;rounded=0;orthogonalLoop=1;jettySize=auto;html=1;entryX=0.5;entryY=0;entryDx=0;entryDy=0;" target="In8fDh9ZLN2M87an2Miy-69">
          <mxGeometry relative="1" as="geometry" />
        </mxCell>
        <mxCell id="In8fDh9ZLN2M87an2Miy-121" parent="1" style="rhombus;whiteSpace=wrap;html=1;" value="processed_at &lt;br&gt;is not null" vertex="1">
          <mxGeometry height="115" width="110" x="2750" y="882.5" as="geometry" />
        </mxCell>
        <mxCell id="In8fDh9ZLN2M87an2Miy-123" parent="1" style="whiteSpace=wrap;html=1;" value="skip processing" vertex="1">
          <mxGeometry height="60" width="120" x="2935" y="910" as="geometry" />
        </mxCell>
        <mxCell id="In8fDh9ZLN2M87an2Miy-129" edge="1" parent="1" source="In8fDh9ZLN2M87an2Miy-126" style="edgeStyle=orthogonalEdgeStyle;rounded=0;orthogonalLoop=1;jettySize=auto;html=1;" target="In8fDh9ZLN2M87an2Miy-128" value="">
          <mxGeometry relative="1" as="geometry" />
        </mxCell>
        <mxCell id="In8fDh9ZLN2M87an2Miy-126" parent="1" style="whiteSpace=wrap;html=1;" value="loan was not issued fully" vertex="1">
          <mxGeometry height="60" width="120" x="2743.125" y="1970" as="geometry" />
        </mxCell>
        <mxCell id="In8fDh9ZLN2M87an2Miy-128" parent="1" style="whiteSpace=wrap;html=1;" value="status = review?" vertex="1">
          <mxGeometry height="60" width="120" x="2743.125" y="2110" as="geometry" />
        </mxCell>
        <mxCell id="In8fDh9ZLN2M87an2Miy-130" parent="1" style="rounded=0;whiteSpace=wrap;html=1;fontSize=21;" value="WHERE TO TRIGGER CGW???" vertex="1">
          <mxGeometry height="290" width="450.63" x="3710" y="1720" as="geometry" />
        </mxCell>
        <mxCell id="In8fDh9ZLN2M87an2Miy-133" edge="1" parent="1" source="In8fDh9ZLN2M87an2Miy-131" style="edgeStyle=orthogonalEdgeStyle;rounded=0;orthogonalLoop=1;jettySize=auto;html=1;" target="In8fDh9ZLN2M87an2Miy-88" value="">
          <mxGeometry relative="1" as="geometry" />
        </mxCell>
        <mxCell id="In8fDh9ZLN2M87an2Miy-131" parent="1" style="whiteSpace=wrap;html=1;" value="processed_at = now" vertex="1">
          <mxGeometry height="60" width="120" x="4116.87" y="1450" as="geometry" />
        </mxCell>
        <mxCell id="In8fDh9ZLN2M87an2Miy-141" edge="1" parent="1" source="In8fDh9ZLN2M87an2Miy-134" style="edgeStyle=orthogonalEdgeStyle;rounded=0;orthogonalLoop=1;jettySize=auto;html=1;entryX=0;entryY=0.5;entryDx=0;entryDy=0;" target="In8fDh9ZLN2M87an2Miy-139">
          <mxGeometry relative="1" as="geometry" />
        </mxCell>
        <mxCell id="In8fDh9ZLN2M87an2Miy-145" edge="1" parent="1" source="In8fDh9ZLN2M87an2Miy-134" style="edgeStyle=orthogonalEdgeStyle;rounded=0;orthogonalLoop=1;jettySize=auto;html=1;" target="In8fDh9ZLN2M87an2Miy-144" value="">
          <mxGeometry relative="1" as="geometry" />
        </mxCell>
        <mxCell id="In8fDh9ZLN2M87an2Miy-134" parent="1" style="rhombus;whiteSpace=wrap;html=1;" value="casa -&amp;gt; domestic (CGW)&lt;br&gt;exists?" vertex="1">
          <mxGeometry height="180" width="190" x="2950" y="1697.5" as="geometry" />
        </mxCell>
        <mxCell id="In8fDh9ZLN2M87an2Miy-142" edge="1" parent="1" source="In8fDh9ZLN2M87an2Miy-139" style="edgeStyle=orthogonalEdgeStyle;rounded=0;orthogonalLoop=1;jettySize=auto;html=1;entryX=0;entryY=0.5;entryDx=0;entryDy=0;" target="In8fDh9ZLN2M87an2Miy-113">
          <mxGeometry relative="1" as="geometry" />
        </mxCell>
        <mxCell id="In8fDh9ZLN2M87an2Miy-139" parent="1" style="rhombus;whiteSpace=wrap;html=1;" value="casa -&amp;gt; domestic amount = held_amount" vertex="1">
          <mxGeometry height="180" width="172.5" x="3200" y="1697.5" as="geometry" />
        </mxCell>
        <mxCell id="In8fDh9ZLN2M87an2Miy-147" edge="1" parent="1" source="In8fDh9ZLN2M87an2Miy-144" style="edgeStyle=orthogonalEdgeStyle;rounded=0;orthogonalLoop=1;jettySize=auto;html=1;" target="In8fDh9ZLN2M87an2Miy-146" value="">
          <mxGeometry relative="1" as="geometry" />
        </mxCell>
        <mxCell id="In8fDh9ZLN2M87an2Miy-144" parent="1" style="whiteSpace=wrap;html=1;" value="Trigger CGW" vertex="1">
          <mxGeometry height="60" width="120" x="2985" y="1990" as="geometry" />
        </mxCell>
        <mxCell id="In8fDh9ZLN2M87an2Miy-148" edge="1" parent="1" source="In8fDh9ZLN2M87an2Miy-146" style="edgeStyle=orthogonalEdgeStyle;rounded=0;orthogonalLoop=1;jettySize=auto;html=1;entryX=0.5;entryY=1;entryDx=0;entryDy=0;" target="In8fDh9ZLN2M87an2Miy-113">
          <mxGeometry relative="1" as="geometry" />
        </mxCell>
        <mxCell id="In8fDh9ZLN2M87an2Miy-150" edge="1" parent="1" source="In8fDh9ZLN2M87an2Miy-146" style="edgeStyle=orthogonalEdgeStyle;rounded=0;orthogonalLoop=1;jettySize=auto;html=1;" target="In8fDh9ZLN2M87an2Miy-149" value="">
          <mxGeometry relative="1" as="geometry" />
        </mxCell>
        <mxCell id="In8fDh9ZLN2M87an2Miy-146" parent="1" style="rhombus;whiteSpace=wrap;html=1;" value="200" vertex="1">
          <mxGeometry height="80" width="80" x="3205" y="1980" as="geometry" />
        </mxCell>
        <mxCell id="In8fDh9ZLN2M87an2Miy-149" parent="1" style="whiteSpace=wrap;html=1;" value="next_retry_at = now + 5min" vertex="1">
          <mxGeometry height="60" width="155" x="3167.5" y="2130" as="geometry" />
+         </mxCell>
+         <mxCell id="In8fDh9ZLN2M87an2Miy-154" edge="1" parent="1" source="In8fDh9ZLN2M87an2Miy-152" style="edgeStyle=orthogonalEdgeStyle;rounded=0;orthogonalLoop=1;jettySize=auto;html=1;entryX=0;entryY=0.5;entryDx=0;entryDy=0;" target="In8fDh9ZLN2M87an2Miy-153">
+           <mxGeometry relative="1" as="geometry" />
+         </mxCell>
+         <mxCell id="In8fDh9ZLN2M87an2Miy-152" parent="1" style="rhombus;whiteSpace=wrap;html=1;" value="Polaris&lt;br&gt;/loan/&lt;span style=&quot;color: rgb(33, 33, 33); font-family: Inter, system-ui, -apple-system, &amp;quot;system-ui&amp;quot;, &amp;quot;Segoe UI&amp;quot;, Roboto, Oxygen, Ubuntu, Cantarell, &amp;quot;Fira Sans&amp;quot;, &amp;quot;Droid Sans&amp;quot;, Helvetica, Arial, sans-serif; text-align: left; white-space: pre-wrap; background-color: rgb(255, 255, 255);&quot;&gt;getAccountDetail&lt;/span&gt;&lt;br&gt;loan_limits.held_amount &amp;lt;= polaris.available_amount" vertex="1">
+           <mxGeometry height="190" width="230" x="950" y="550" as="geometry" />
+         </mxCell>
+         <mxCell id="In8fDh9ZLN2M87an2Miy-158" edge="1" parent="1" source="In8fDh9ZLN2M87an2Miy-153" style="edgeStyle=orthogonalEdgeStyle;rounded=0;orthogonalLoop=1;jettySize=auto;html=1;entryX=0;entryY=0.5;entryDx=0;entryDy=0;" target="In8fDh9ZLN2M87an2Miy-157">
+           <mxGeometry relative="1" as="geometry" />
+         </mxCell>
+         <mxCell id="In8fDh9ZLN2M87an2Miy-153" parent="1" style="whiteSpace=wrap;html=1;" value="Polaris /loan/&lt;span style=&quot;color: rgb(33, 33, 33); font-family: Inter, system-ui, -apple-system, &amp;quot;system-ui&amp;quot;, &amp;quot;Segoe UI&amp;quot;, Roboto, Oxygen, Ubuntu, Cantarell, &amp;quot;Fira Sans&amp;quot;, &amp;quot;Droid Sans&amp;quot;, Helvetica, Arial, sans-serif; text-align: left; white-space: pre-wrap; background-color: rgb(255, 255, 255);&quot;&gt;grantLoanNonCash&lt;br/&gt;+ CGW trigger&lt;/span&gt;" vertex="1">
+           <mxGeometry height="60" width="170" x="1270.63" y="615" as="geometry" />
+         </mxCell>
+         <mxCell id="In8fDh9ZLN2M87an2Miy-160" edge="1" parent="1" source="In8fDh9ZLN2M87an2Miy-157" style="edgeStyle=orthogonalEdgeStyle;rounded=0;orthogonalLoop=1;jettySize=auto;html=1;entryX=0.5;entryY=0;entryDx=0;entryDy=0;" target="In8fDh9ZLN2M87an2Miy-12">
+           <mxGeometry relative="1" as="geometry">
+             <Array as="points">
+               <mxPoint x="1560" y="860" />
+               <mxPoint x="1060" y="860" />
+             </Array>
+           </mxGeometry>
+         </mxCell>
+         <mxCell id="In8fDh9ZLN2M87an2Miy-157" parent="1" style="rhombus;whiteSpace=wrap;html=1;" value="200" vertex="1">
+           <mxGeometry height="80" width="80" x="1520" y="605" as="geometry" />
        </mxCell>
      </root>
    </mxGraphModel>
  </diagram>
</mxfile>
